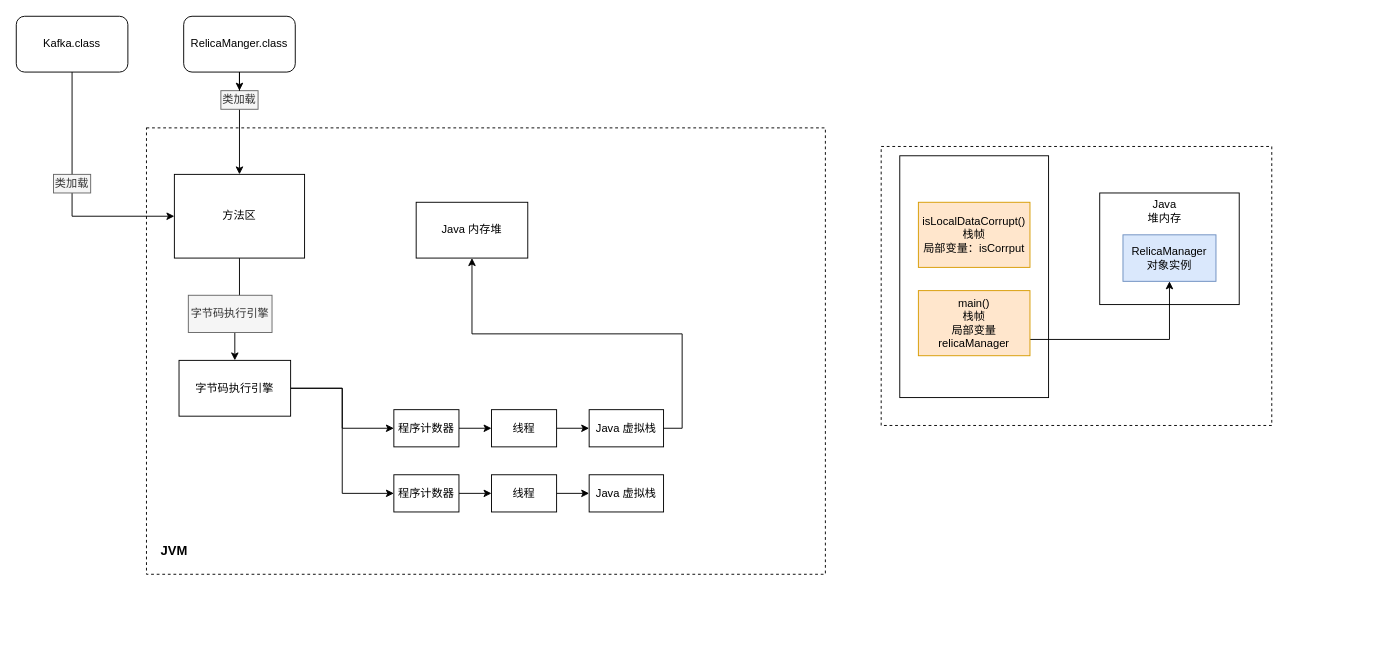
lzdong0714/note keeps this draw.io diagram as JVM_Note.drawio. Above is the earlier version. Source tidied: cells renumbered, new cells numbered last; positions are measured from the earlier drawing's top-left corner, leaving out a move shared by most shapes. Both pictures are drawn from the tidied source at 93%, with x=0, y=0 at pixel (16, 16).
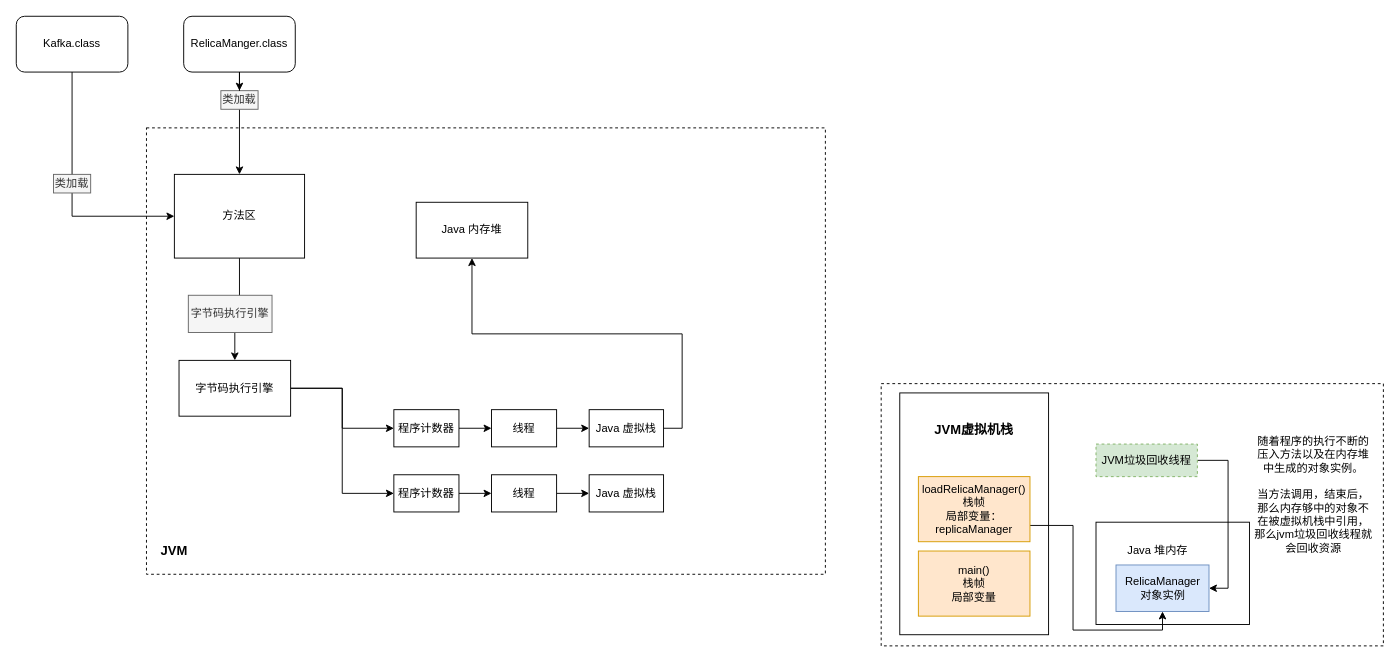
After the change.

Diff of the diagram source:
```diff
@@
     <mxCell id="2" style="rounded=0;whiteSpace=wrap;html=1;dashed=1;" parent="1" vertex="1">
-      <mxGeometry x="930" y="140" width="420" height="300" as="geometry" />
+      <mxGeometry x="930" y="395" width="540" height="282" as="geometry" />
     </mxCell>
+    <mxCell id="37" style="group;" parent="1" vertex="1">
+      <mxGeometry x="1160" y="545" width="165" height="110" as="geometry" />
+    </mxCell>
-    <mxCell id="3" style="rounded=0;whiteSpace=wrap;html=1;" parent="1" vertex="1">
-      <mxGeometry x="1165" y="190" width="150" height="120" as="geometry" />
+    <mxCell id="3" style="rounded=0;whiteSpace=wrap;html=1;" parent="37" vertex="1">
+      <mxGeometry x="1" y="-1" width="165" height="110" as="geometry" />
     </mxCell>
+    <mxCell id="35" value="Java 堆内存" style="text;html=1;strokeColor=none;fillColor=none;align=center;verticalAlign=middle;whiteSpace=wrap;rounded=0;" parent="37" vertex="1">
+      <mxGeometry x="30" y="20" width="75" height="20" as="geometry" />
+    </mxCell>
+    <mxCell id="36" value="RelicaManager&lt;br&gt;对象实例" style="text;html=1;strokeColor=#6c8ebf;fillColor=#dae8fc;align=center;verticalAlign=middle;whiteSpace=wrap;rounded=0;" parent="37" vertex="1">
+      <mxGeometry x="22.5" y="45" width="100" height="50" as="geometry" />
+    </mxCell>
@@
     <mxCell id="31" style="rounded=0;whiteSpace=wrap;html=1;" parent="1" vertex="1">
-      <mxGeometry x="950" y="150" width="160" height="260" as="geometry" />
+      <mxGeometry x="950" y="405" width="160" height="260" as="geometry" />
     </mxCell>
+    <mxCell id="38" style="edgeStyle=orthogonalEdgeStyle;rounded=0;jettySize=auto;html=1;exitX=1;exitY=0.75;exitDx=0;exitDy=0;entryX=0.5;entryY=1;entryDx=0;entryDy=0;" parent="1" edge="1" source="32" target="36">
+      <mxGeometry relative="1" as="geometry" />
+    </mxCell>
-    <mxCell id="32" value="isLocalDataCorrupt()&lt;br&gt;栈帧&lt;br&gt;局部变量：isCorrput" style="text;html=1;strokeColor=#d79b00;fillColor=#ffe6cc;align=center;verticalAlign=middle;whiteSpace=wrap;rounded=0;" parent="1" vertex="1">
-      <mxGeometry x="970" y="200" width="120" height="70" as="geometry" />
+    <mxCell id="32" value="loadRelicaManager()&lt;br&gt;栈帧&lt;br&gt;局部变量：replicaManager" style="text;html=1;strokeColor=#d79b00;fillColor=#ffe6cc;align=center;verticalAlign=middle;whiteSpace=wrap;rounded=0;" parent="1" vertex="1">
+      <mxGeometry x="970" y="495" width="120" height="70" as="geometry" />
     </mxCell>
-    <mxCell id="33" style="edgeStyle=orthogonalEdgeStyle;rounded=0;jettySize=auto;html=1;exitX=1;exitY=0.75;exitDx=0;exitDy=0;" parent="1" edge="1" source="34" target="36">
-      <mxGeometry relative="1" as="geometry" />
-    </mxCell>
-    <mxCell id="34" value="main()&lt;br&gt;栈帧&lt;br&gt;局部变量relicaManager" style="text;html=1;strokeColor=#d79b00;fillColor=#ffe6cc;align=center;verticalAlign=middle;whiteSpace=wrap;rounded=0;" parent="1" vertex="1">
-      <mxGeometry x="970" y="295" width="120" height="70" as="geometry" />
+    <mxCell id="34" value="main()&lt;br&gt;栈帧&lt;br&gt;局部变量" style="text;html=1;strokeColor=#d79b00;fillColor=#ffe6cc;align=center;verticalAlign=middle;whiteSpace=wrap;rounded=0;" parent="1" vertex="1">
+      <mxGeometry x="970" y="575" width="120" height="70" as="geometry" />
     </mxCell>
-    <mxCell id="35" value="Java 堆内存" style="text;html=1;strokeColor=none;fillColor=none;align=center;verticalAlign=middle;whiteSpace=wrap;rounded=0;" parent="1" vertex="1">
-      <mxGeometry x="1215" y="200" width="40" height="20" as="geometry" />
-    </mxCell>
-    <mxCell id="36" value="RelicaManager&lt;br&gt;对象实例" style="text;html=1;strokeColor=#6c8ebf;fillColor=#dae8fc;align=center;verticalAlign=middle;whiteSpace=wrap;rounded=0;" parent="1" vertex="1">
-      <mxGeometry x="1190" y="235" width="100" height="50" as="geometry" />
-    </mxCell>
+    <mxCell id="39" style="edgeStyle=orthogonalEdgeStyle;rounded=0;jettySize=auto;html=1;entryX=1;entryY=0.5;entryDx=0;entryDy=0;" parent="1" edge="1" source="40" target="36">
+      <mxGeometry relative="1" as="geometry">
+        <Array as="points">
+          <mxPoint x="1303" y="478" />
+          <mxPoint x="1303" y="615" />
+        </Array>
+      </mxGeometry>
+    </mxCell>
+    <mxCell id="40" value="JVM垃圾回收线程" style="text;html=1;strokeColor=#82b366;fillColor=#d5e8d4;align=center;verticalAlign=middle;whiteSpace=wrap;rounded=0;dashed=1;" parent="1" vertex="1">
+      <mxGeometry x="1161" y="460" width="109" height="35" as="geometry" />
+    </mxCell>
+    <mxCell id="41" value="随着程序的执行不断的压入方法以及在内存堆中生成的对象实例。&lt;br&gt;&lt;br&gt;当方法调用，结束后，那么内存够中的对象不在被虚拟机栈中引用，那么jvm垃圾回收线程就会回收资源" style="text;html=1;strokeColor=none;fillColor=none;align=center;verticalAlign=middle;whiteSpace=wrap;rounded=0;dashed=1;" parent="1" vertex="1">
+      <mxGeometry x="1330" y="425" width="130" height="180" as="geometry" />
+    </mxCell>
+    <mxCell id="42" value="&lt;b&gt;&lt;font style=&quot;font-size: 14px&quot;&gt;JVM虚拟机栈&lt;/font&gt;&lt;/b&gt;" style="text;html=1;strokeColor=none;fillColor=none;align=center;verticalAlign=middle;whiteSpace=wrap;rounded=0;dashed=1;" parent="1" vertex="1">
+      <mxGeometry x="985" y="427.5" width="90" height="35" as="geometry" />
+    </mxCell>
```
